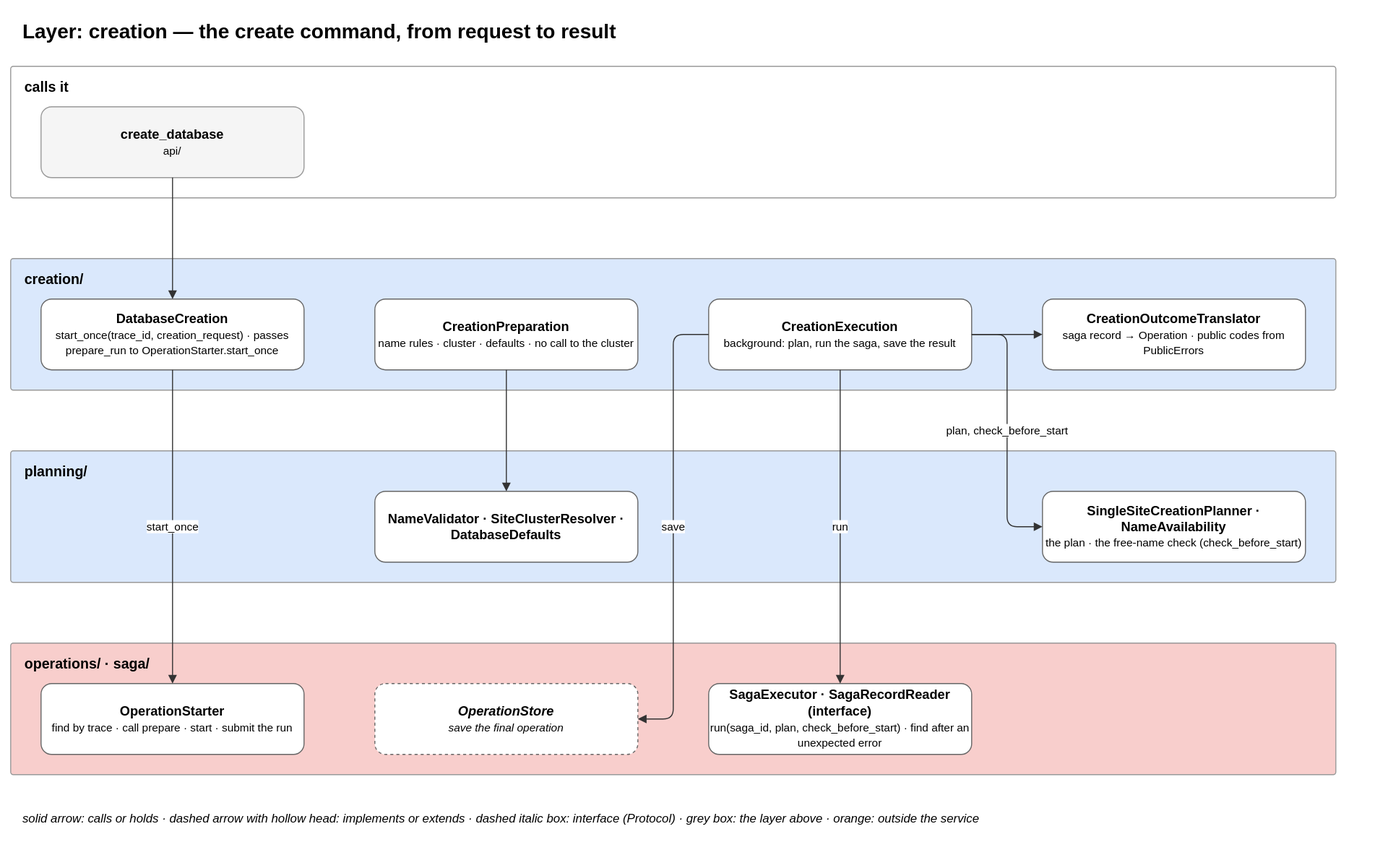
The draw.io diagram docs/diagrams/04-layer-creation.drawio.svg in EliShteinman/redis-enterprise-services, before a commit. Source tidied: cells renumbered, new cells last; positions are measured from the earlier drawing's top-left corner, leaving out a move shared by most shapes.
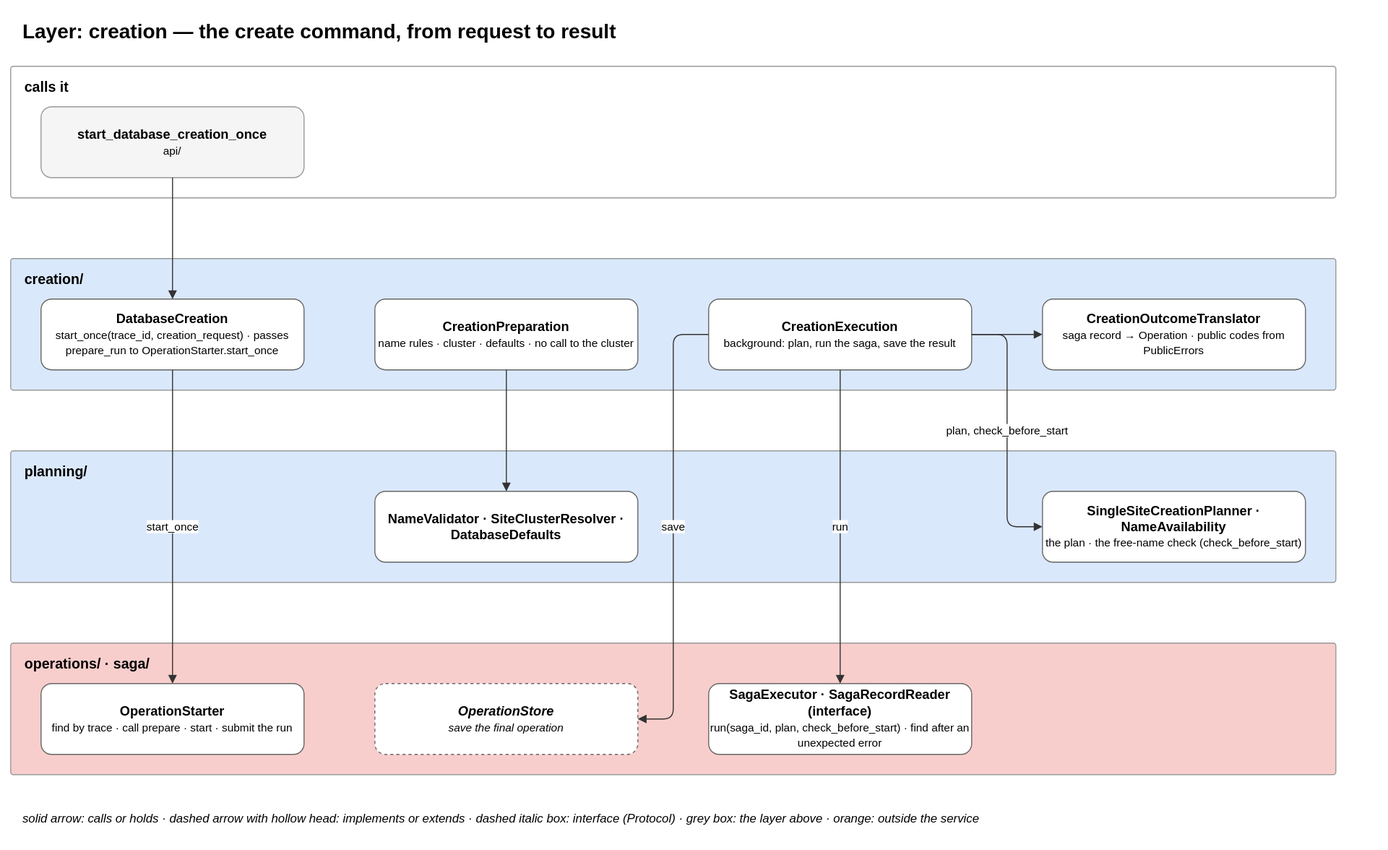
The same file after the commit.

Commit message:
docs: the creation diagram names the route start_database_creation_once; the start flow is titled Start once

Diff of the diagram source:
```diff
@@ -8,7 +8,7 @@
     <mxCell id="3" value="&lt;b&gt;calls it&lt;/b&gt;" style="rounded=1;arcSize=2;fillColor=#ffffff;strokeColor=#999999;verticalAlign=top;align=left;spacingLeft=12;spacingTop=6;html=1;fontSize=14;" parent="1" vertex="1">
       <mxGeometry y="55" width="1310" height="130" as="geometry" />
     </mxCell>
-    <mxCell id="4" value="&lt;b&gt;create_database&lt;/b&gt;&lt;br&gt;&lt;font style='font-size:11px'&gt;api/&lt;/font&gt;" style="rounded=1;whiteSpace=wrap;html=1;fillColor=#f5f5f5;strokeColor=#999999;fontSize=13;" parent="1" vertex="1">
+    <mxCell id="4" value="&lt;b&gt;start_database_creation_once&lt;/b&gt;&lt;br&gt;&lt;font style='font-size:11px'&gt;api/&lt;/font&gt;" style="rounded=1;whiteSpace=wrap;html=1;fillColor=#f5f5f5;strokeColor=#999999;fontSize=13;" parent="1" vertex="1">
       <mxGeometry x="30" y="95" width="260" height="70" as="geometry" />
     </mxCell>
     <mxCell id="5" value="&lt;b&gt;creation/&lt;/b&gt;" style="rounded=1;arcSize=2;fillColor=#dae8fc;strokeColor=#999999;verticalAlign=top;align=left;spacingLeft=12;spacingTop=6;html=1;fontSize=14;" parent="1" vertex="1">
```
